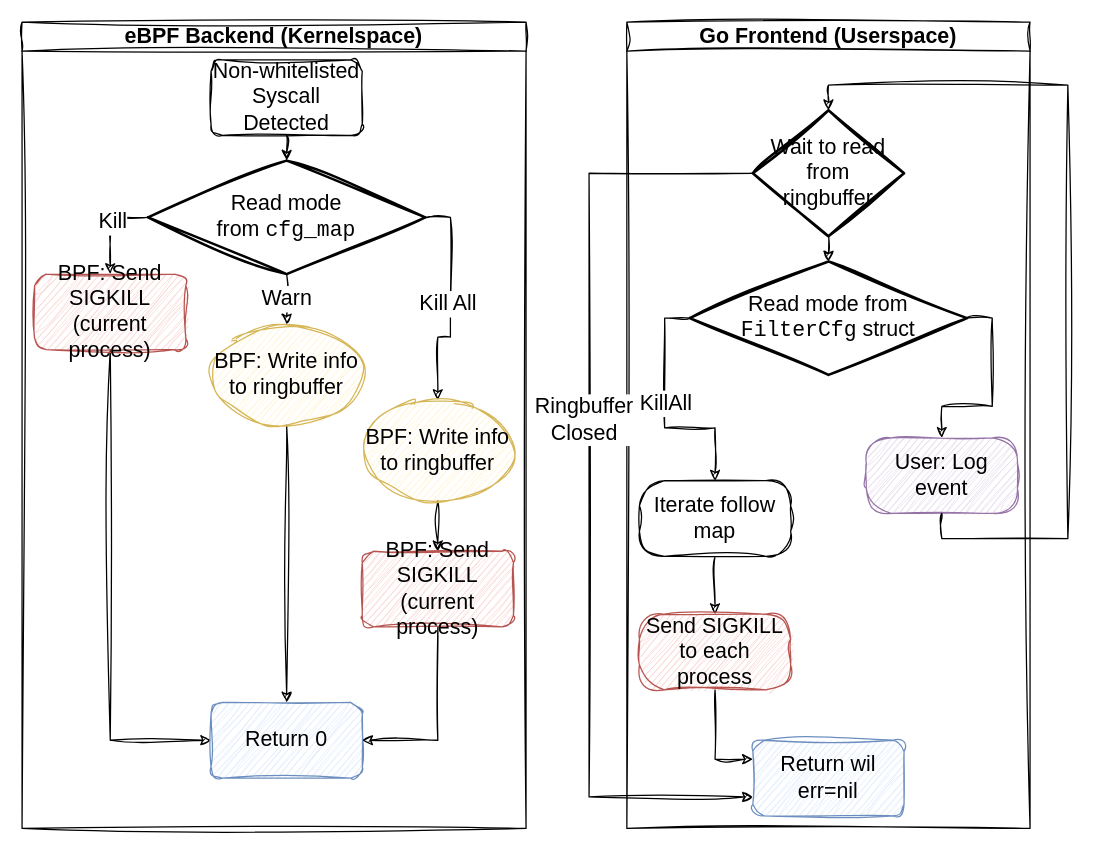
The draw.io diagram diagrams/profiling-flow.drawio in tcassar-diss/report, before the edit. Source tidied: cells renumbered, new cells numbered last; positions are measured from the earlier drawing's top-left corner, leaving out a move shared by most shapes. Both pictures are drawn from the tidied source at 126%, with x=0, y=0 at pixel (21, 21).
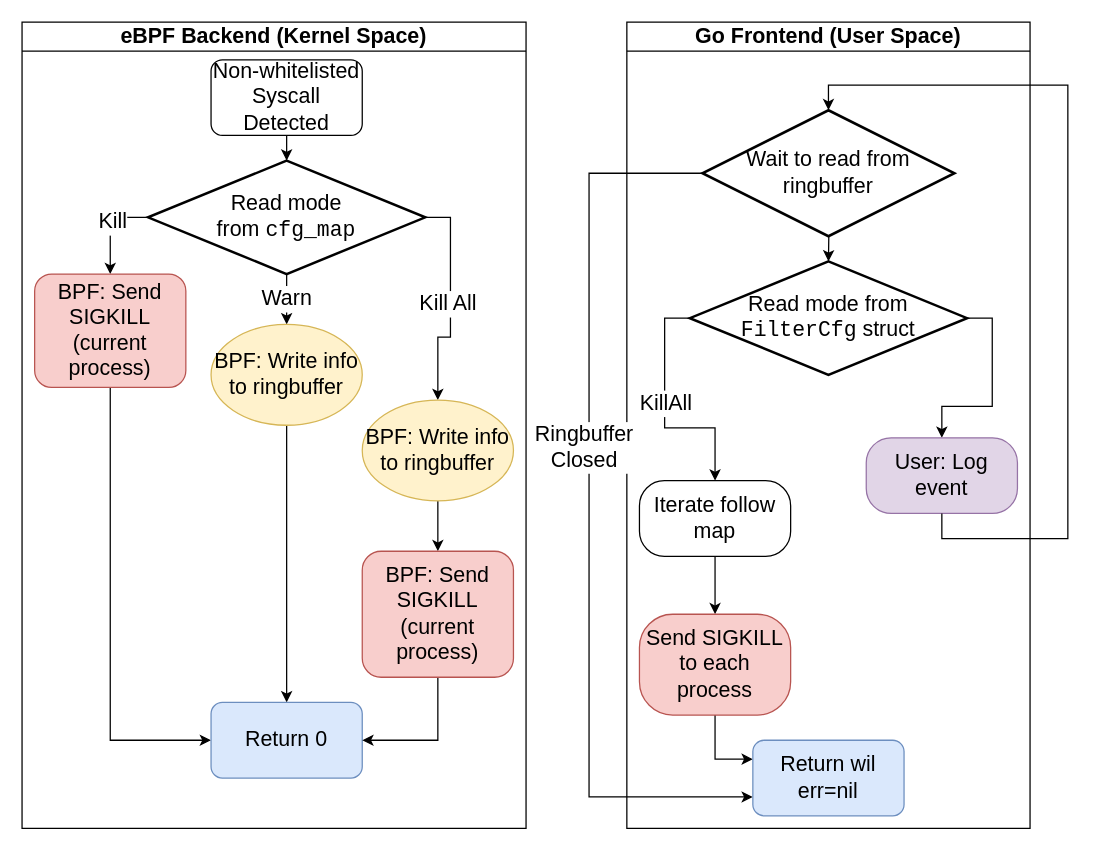
After the change.

Change to the diagram source:
```diff
@@
-    <mxCell id="2" value="eBPF Backend (Kernelspace)" style="swimlane;whiteSpace=wrap;html=1;sketch=1;curveFitting=1;jiggle=2;fontSize=17;" parent="1" vertex="1">
+    <mxCell id="2" value="eBPF Backend (Kernel Space)" style="swimlane;whiteSpace=wrap;html=1;fontSize=17;" parent="1" vertex="1">
       <mxGeometry width="400" height="640" as="geometry" />
     </mxCell>
-    <mxCell id="3" value="Non-whitelisted Syscall Detected" style="rounded=1;whiteSpace=wrap;html=1;sketch=1;curveFitting=1;jiggle=2;fontSize=17;" parent="2" vertex="1">
+    <mxCell id="3" value="Non-whitelisted Syscall Detected" style="rounded=1;whiteSpace=wrap;html=1;fontSize=17;" parent="2" vertex="1">
       <mxGeometry x="150" y="30" width="120" height="60" as="geometry" />
     </mxCell>
-    <mxCell id="4" style="edgeStyle=orthogonalEdgeStyle;rounded=0;jettySize=auto;html=1;exitX=0;exitY=0.5;exitDx=0;exitDy=0;exitPerimeter=0;entryX=0.5;entryY=0;entryDx=0;entryDy=0;sketch=1;curveFitting=1;jiggle=2;fontSize=17;" parent="2" edge="1" source="9" target="12">
+    <mxCell id="4" style="edgeStyle=orthogonalEdgeStyle;rounded=0;jettySize=auto;html=1;exitX=0;exitY=0.5;exitDx=0;exitDy=0;exitPerimeter=0;entryX=0.5;entryY=0;entryDx=0;entryDy=0;fontSize=17;" parent="2" edge="1" source="9" target="12">
       <mxGeometry relative="1" as="geometry" />
     </mxCell>
-    <mxCell id="5" value="Kill" style="edgeLabel;html=1;align=center;verticalAlign=middle;sketch=1;curveFitting=1;jiggle=2;fontSize=17;" parent="4" vertex="1">
+    <mxCell id="5" value="Kill" style="edgeLabel;html=1;align=center;verticalAlign=middle;fontSize=17;" parent="4" vertex="1">
       <mxGeometry x="-0.13" y="1" relative="1" as="geometry" />
     </mxCell>
-    <mxCell id="6" value="Warn" style="edgeStyle=orthogonalEdgeStyle;rounded=0;jettySize=auto;html=1;exitX=0.5;exitY=1;exitDx=0;exitDy=0;exitPerimeter=0;entryX=0.5;entryY=0;entryDx=0;entryDy=0;sketch=1;curveFitting=1;jiggle=2;fontSize=17;" parent="2" edge="1" source="9" target="14">
+    <mxCell id="6" value="Warn" style="edgeStyle=orthogonalEdgeStyle;rounded=0;jettySize=auto;html=1;exitX=0.5;exitY=1;exitDx=0;exitDy=0;exitPerimeter=0;entryX=0.5;entryY=0;entryDx=0;entryDy=0;fontSize=17;" parent="2" edge="1" source="9" target="14">
       <mxGeometry relative="1" as="geometry" />
     </mxCell>
-    <mxCell id="7" style="edgeStyle=orthogonalEdgeStyle;rounded=0;jettySize=auto;html=1;exitX=1;exitY=0.5;exitDx=0;exitDy=0;exitPerimeter=0;entryX=0.5;entryY=0;entryDx=0;entryDy=0;sketch=1;curveFitting=1;jiggle=2;fontSize=17;" parent="2" edge="1" source="9" target="16">
+    <mxCell id="7" style="edgeStyle=orthogonalEdgeStyle;rounded=0;jettySize=auto;html=1;exitX=1;exitY=0.5;exitDx=0;exitDy=0;exitPerimeter=0;entryX=0.5;entryY=0;entryDx=0;entryDy=0;fontSize=17;" parent="2" edge="1" source="9" target="16">
       <mxGeometry relative="1" as="geometry" />
     </mxCell>
-    <mxCell id="8" value="Kill All" style="edgeLabel;html=1;align=center;verticalAlign=middle;sketch=1;curveFitting=1;jiggle=2;fontSize=17;" parent="7" vertex="1">
+    <mxCell id="8" value="Kill All" style="edgeLabel;html=1;align=center;verticalAlign=middle;fontSize=17;" parent="7" vertex="1">
       <mxGeometry x="0.01" y="-3" relative="1" as="geometry" />
     </mxCell>
-    <mxCell id="9" value="Read mode&lt;div&gt;from &lt;font face=&quot;Courier New&quot;&gt;cfg_map&lt;/font&gt;&lt;/div&gt;" style="strokeWidth=2;html=1;shape=mxgraph.flowchart.decision;whiteSpace=wrap;sketch=1;curveFitting=1;jiggle=2;fontSize=17;" parent="2" vertex="1">
+    <mxCell id="9" value="Read mode&lt;div&gt;from &lt;font face=&quot;Courier New&quot;&gt;cfg_map&lt;/font&gt;&lt;/div&gt;" style="strokeWidth=2;html=1;shape=mxgraph.flowchart.decision;whiteSpace=wrap;fontSize=17;" parent="2" vertex="1">
       <mxGeometry x="100" y="110" width="220" height="90" as="geometry" />
     </mxCell>
-    <mxCell id="10" style="edgeStyle=orthogonalEdgeStyle;rounded=0;jettySize=auto;html=1;exitX=0.5;exitY=1;exitDx=0;exitDy=0;entryX=0.5;entryY=0;entryDx=0;entryDy=0;entryPerimeter=0;sketch=1;curveFitting=1;jiggle=2;fontSize=17;" parent="2" edge="1" source="3" target="9">
+    <mxCell id="10" style="edgeStyle=orthogonalEdgeStyle;rounded=0;jettySize=auto;html=1;exitX=0.5;exitY=1;exitDx=0;exitDy=0;entryX=0.5;entryY=0;entryDx=0;entryDy=0;entryPerimeter=0;fontSize=17;" parent="2" edge="1" source="3" target="9">
       <mxGeometry relative="1" as="geometry" />
     </mxCell>
-    <mxCell id="11" style="edgeStyle=orthogonalEdgeStyle;rounded=0;jettySize=auto;html=1;exitX=0.5;exitY=1;exitDx=0;exitDy=0;entryX=0;entryY=0.5;entryDx=0;entryDy=0;sketch=1;curveFitting=1;jiggle=2;fontSize=17;" parent="2" edge="1" source="12" target="17">
+    <mxCell id="11" style="edgeStyle=orthogonalEdgeStyle;rounded=0;jettySize=auto;html=1;exitX=0.5;exitY=1;exitDx=0;exitDy=0;entryX=0;entryY=0.5;entryDx=0;entryDy=0;fontSize=17;" parent="2" edge="1" source="12" target="17">
       <mxGeometry relative="1" as="geometry" />
     </mxCell>
-    <mxCell id="12" value="BPF: Send SIGKILL&lt;div&gt;(current process)&lt;/div&gt;" style="rounded=1;whiteSpace=wrap;html=1;sketch=1;curveFitting=1;jiggle=2;fillColor=#f8cecc;strokeColor=#b85450;fontSize=17;" parent="2" vertex="1">
-      <mxGeometry x="10" y="200" width="120" height="60" as="geometry" />
+    <mxCell id="12" value="BPF: Send SIGKILL&lt;div&gt;(current process)&lt;/div&gt;" style="rounded=1;whiteSpace=wrap;html=1;fillColor=#f8cecc;strokeColor=#b85450;fontSize=17;" parent="2" vertex="1">
+      <mxGeometry x="10" y="200" width="120" height="90" as="geometry" />
     </mxCell>
-    <mxCell id="13" style="edgeStyle=orthogonalEdgeStyle;rounded=0;jettySize=auto;html=1;entryX=0.5;entryY=0;entryDx=0;entryDy=0;sketch=1;curveFitting=1;jiggle=2;fontSize=17;" parent="2" edge="1" source="14" target="17">
+    <mxCell id="13" style="edgeStyle=orthogonalEdgeStyle;rounded=0;jettySize=auto;html=1;entryX=0.5;entryY=0;entryDx=0;entryDy=0;fontSize=17;" parent="2" edge="1" source="14" target="17">
       <mxGeometry relative="1" as="geometry" />
     </mxCell>
-    <mxCell id="14" value="BPF: Write info&lt;div&gt;to ringbuffer&lt;/div&gt;" style="ellipse;whiteSpace=wrap;html=1;sketch=1;curveFitting=1;jiggle=2;fillColor=#fff2cc;strokeColor=#d6b656;fontSize=17;" parent="2" vertex="1">
+    <mxCell id="14" value="BPF: Write info&lt;div&gt;to ringbuffer&lt;/div&gt;" style="ellipse;whiteSpace=wrap;html=1;fillColor=#fff2cc;strokeColor=#d6b656;fontSize=17;" parent="2" vertex="1">
       <mxGeometry x="150" y="240" width="120" height="80" as="geometry" />
     </mxCell>
-    <mxCell id="15" style="edgeStyle=orthogonalEdgeStyle;rounded=0;jettySize=auto;html=1;exitX=0.5;exitY=1;exitDx=0;exitDy=0;entryX=0.5;entryY=0;entryDx=0;entryDy=0;sketch=1;curveFitting=1;jiggle=2;fontSize=17;" parent="2" edge="1" source="16" target="19">
+    <mxCell id="15" style="edgeStyle=orthogonalEdgeStyle;rounded=0;jettySize=auto;html=1;exitX=0.5;exitY=1;exitDx=0;exitDy=0;entryX=0.5;entryY=0;entryDx=0;entryDy=0;fontSize=17;" parent="2" edge="1" source="16" target="19">
       <mxGeometry relative="1" as="geometry" />
     </mxCell>
-    <mxCell id="16" value="BPF: Write info&lt;div&gt;to ringbuffer&lt;/div&gt;" style="ellipse;whiteSpace=wrap;html=1;sketch=1;curveFitting=1;jiggle=2;fillColor=#fff2cc;strokeColor=#d6b656;fontSize=17;" parent="2" vertex="1">
+    <mxCell id="16" value="BPF: Write info&lt;div&gt;to ringbuffer&lt;/div&gt;" style="ellipse;whiteSpace=wrap;html=1;fillColor=#fff2cc;strokeColor=#d6b656;fontSize=17;" parent="2" vertex="1">
       <mxGeometry x="270" y="300" width="120" height="80" as="geometry" />
     </mxCell>
-    <mxCell id="17" value="Return 0" style="rounded=1;whiteSpace=wrap;html=1;sketch=1;curveFitting=1;jiggle=2;fillColor=#dae8fc;strokeColor=#6c8ebf;fontSize=17;" parent="2" vertex="1">
+    <mxCell id="17" value="Return 0" style="rounded=1;whiteSpace=wrap;html=1;fillColor=#dae8fc;strokeColor=#6c8ebf;fontSize=17;" parent="2" vertex="1">
       <mxGeometry x="150" y="540" width="120" height="60" as="geometry" />
     </mxCell>
-    <mxCell id="18" style="edgeStyle=orthogonalEdgeStyle;rounded=0;jettySize=auto;html=1;exitX=0.5;exitY=1;exitDx=0;exitDy=0;entryX=1;entryY=0.5;entryDx=0;entryDy=0;sketch=1;curveFitting=1;jiggle=2;fontSize=17;" parent="2" edge="1" source="19" target="17">
+    <mxCell id="18" style="edgeStyle=orthogonalEdgeStyle;rounded=0;jettySize=auto;html=1;exitX=0.5;exitY=1;exitDx=0;exitDy=0;entryX=1;entryY=0.5;entryDx=0;entryDy=0;fontSize=17;" parent="2" edge="1" source="19" target="17">
       <mxGeometry relative="1" as="geometry" />
     </mxCell>
-    <mxCell id="19" value="BPF: Send SIGKILL&lt;div&gt;(current process)&lt;/div&gt;" style="rounded=1;whiteSpace=wrap;html=1;sketch=1;curveFitting=1;jiggle=2;fillColor=#f8cecc;strokeColor=#b85450;fontSize=17;" parent="2" vertex="1">
-      <mxGeometry x="270" y="420" width="120" height="60" as="geometry" />
+    <mxCell id="19" value="BPF: Send SIGKILL&lt;div&gt;(current process)&lt;/div&gt;" style="rounded=1;whiteSpace=wrap;html=1;fillColor=#f8cecc;strokeColor=#b85450;fontSize=17;" parent="2" vertex="1">
+      <mxGeometry x="270" y="420" width="120" height="100" as="geometry" />
     </mxCell>
-    <mxCell id="20" value="Go Frontend (Userspace)" style="swimlane;whiteSpace=wrap;html=1;sketch=1;curveFitting=1;jiggle=2;fontSize=17;" parent="1" vertex="1">
+    <mxCell id="20" value="Go Frontend (User Space)" style="swimlane;whiteSpace=wrap;html=1;fontSize=17;" parent="1" vertex="1">
       <mxGeometry x="480" width="320" height="640" as="geometry" />
     </mxCell>
-    <mxCell id="21" style="edgeStyle=orthogonalEdgeStyle;rounded=0;jettySize=auto;html=1;exitX=0;exitY=0.5;exitDx=0;exitDy=0;exitPerimeter=0;entryX=0.5;entryY=0;entryDx=0;entryDy=0;sketch=1;curveFitting=1;jiggle=2;fontSize=17;" parent="20" edge="1" source="24" target="27">
+    <mxCell id="21" style="edgeStyle=orthogonalEdgeStyle;rounded=0;jettySize=auto;html=1;exitX=0;exitY=0.5;exitDx=0;exitDy=0;exitPerimeter=0;entryX=0.5;entryY=0;entryDx=0;entryDy=0;fontSize=17;" parent="20" edge="1" source="24" target="27">
       <mxGeometry relative="1" as="geometry" />
     </mxCell>
-    <mxCell id="22" value="KillAll" style="edgeLabel;html=1;align=center;verticalAlign=middle;sketch=1;curveFitting=1;jiggle=2;fontSize=17;" parent="21" vertex="1">
+    <mxCell id="22" value="KillAll" style="edgeLabel;html=1;align=center;verticalAlign=middle;fontSize=17;" parent="21" vertex="1">
       <mxGeometry x="-0.09" relative="1" as="geometry">
         <mxPoint y="1" as="offset" />
       </mxGeometry>
     </mxCell>
-    <mxCell id="23" style="edgeStyle=orthogonalEdgeStyle;rounded=0;jettySize=auto;html=1;exitX=1;exitY=0.5;exitDx=0;exitDy=0;exitPerimeter=0;entryX=0.5;entryY=0;entryDx=0;entryDy=0;sketch=1;curveFitting=1;jiggle=2;fontSize=17;" parent="20" edge="1" source="24" target="28">
+    <mxCell id="23" style="edgeStyle=orthogonalEdgeStyle;rounded=0;jettySize=auto;html=1;exitX=1;exitY=0.5;exitDx=0;exitDy=0;exitPerimeter=0;entryX=0.5;entryY=0;entryDx=0;entryDy=0;fontSize=17;" parent="20" edge="1" source="24" target="28">
       <mxGeometry relative="1" as="geometry" />
     </mxCell>
-    <mxCell id="24" value="Read mode from&lt;div&gt;&lt;font face=&quot;Courier New&quot;&gt;FilterCfg&lt;/font&gt; struct&lt;/div&gt;" style="strokeWidth=2;html=1;shape=mxgraph.flowchart.decision;whiteSpace=wrap;sketch=1;curveFitting=1;jiggle=2;fontSize=17;" parent="20" vertex="1">
+    <mxCell id="24" value="Read mode from&lt;div&gt;&lt;font face=&quot;Courier New&quot;&gt;FilterCfg&lt;/font&gt; struct&lt;/div&gt;" style="strokeWidth=2;html=1;shape=mxgraph.flowchart.decision;whiteSpace=wrap;fontSize=17;" parent="20" vertex="1">
       <mxGeometry x="50" y="190" width="220" height="90" as="geometry" />
     </mxCell>
-    <mxCell id="25" style="edgeStyle=orthogonalEdgeStyle;rounded=0;jettySize=auto;html=1;exitX=0.5;exitY=1;exitDx=0;exitDy=0;entryX=0.5;entryY=0;entryDx=0;entryDy=0;entryPerimeter=0;sketch=1;curveFitting=1;jiggle=2;fontSize=17;" parent="20" edge="1" target="24">
+    <mxCell id="25" style="edgeStyle=orthogonalEdgeStyle;rounded=0;jettySize=auto;html=1;exitX=0.5;exitY=1;exitDx=0;exitDy=0;entryX=0.5;entryY=0;entryDx=0;entryDy=0;entryPerimeter=0;fontSize=17;" parent="20" edge="1" target="24">
       <mxGeometry relative="1" as="geometry">
         <mxPoint x="160" y="120" as="sourcePoint" />
       </mxGeometry>
     </mxCell>
-    <mxCell id="26" style="edgeStyle=orthogonalEdgeStyle;rounded=0;jettySize=auto;html=1;exitX=0.5;exitY=1;exitDx=0;exitDy=0;sketch=1;curveFitting=1;jiggle=2;entryX=0.5;entryY=0;entryDx=0;entryDy=0;fontSize=17;" parent="20" edge="1" source="27" target="30">
+    <mxCell id="26" style="edgeStyle=orthogonalEdgeStyle;rounded=0;jettySize=auto;html=1;exitX=0.5;exitY=1;exitDx=0;exitDy=0;entryX=0.5;entryY=0;entryDx=0;entryDy=0;fontSize=17;" parent="20" edge="1" source="27" target="30">
       <mxGeometry relative="1" as="geometry" />
     </mxCell>
-    <mxCell id="27" value="Iterate follow map" style="rounded=1;whiteSpace=wrap;html=1;arcSize=33;sketch=1;curveFitting=1;jiggle=2;fontSize=17;" parent="20" vertex="1">
+    <mxCell id="27" value="Iterate follow map" style="rounded=1;whiteSpace=wrap;html=1;arcSize=33;fontSize=17;" parent="20" vertex="1">
       <mxGeometry x="10" y="364" width="120" height="60" as="geometry" />
     </mxCell>
-    <mxCell id="28" value="User: Log event" style="rounded=1;whiteSpace=wrap;html=1;arcSize=33;sketch=1;curveFitting=1;jiggle=2;fillColor=#e1d5e7;strokeColor=#9673a6;fontSize=17;" parent="20" vertex="1">
+    <mxCell id="28" value="User: Log event" style="rounded=1;whiteSpace=wrap;html=1;arcSize=33;fillColor=#e1d5e7;strokeColor=#9673a6;fontSize=17;" parent="20" vertex="1">
       <mxGeometry x="190" y="330" width="120" height="60" as="geometry" />
     </mxCell>
-    <mxCell id="29" style="edgeStyle=orthogonalEdgeStyle;rounded=0;sketch=1;hachureGap=4;jiggle=2;curveFitting=1;jettySize=auto;html=1;exitX=0.5;exitY=1;exitDx=0;exitDy=0;entryX=0;entryY=0.25;entryDx=0;entryDy=0;fontFamily=Architects Daughter;fontSize=17;" parent="20" edge="1" source="30" target="34">
+    <mxCell id="29" style="edgeStyle=orthogonalEdgeStyle;rounded=0;hachureGap=4;jettySize=auto;html=1;exitX=0.5;exitY=1;exitDx=0;exitDy=0;entryX=0;entryY=0.25;entryDx=0;entryDy=0;fontFamily=Architects Daughter;fontSize=17;" parent="20" edge="1" source="30" target="34">
       <mxGeometry relative="1" as="geometry" />
     </mxCell>
-    <mxCell id="30" value="Send SIGKILL to each process" style="rounded=1;whiteSpace=wrap;html=1;arcSize=33;sketch=1;curveFitting=1;jiggle=2;fillColor=#f8cecc;strokeColor=#b85450;fontSize=17;" parent="20" vertex="1">
-      <mxGeometry x="10" y="470" width="120" height="60" as="geometry" />
+    <mxCell id="30" value="Send SIGKILL to each process" style="rounded=1;whiteSpace=wrap;html=1;arcSize=33;fillColor=#f8cecc;strokeColor=#b85450;fontSize=17;" parent="20" vertex="1">
+      <mxGeometry x="10" y="470" width="120" height="80" as="geometry" />
     </mxCell>
-    <mxCell id="31" style="edgeStyle=orthogonalEdgeStyle;rounded=0;sketch=1;hachureGap=4;jiggle=2;curveFitting=1;jettySize=auto;html=1;exitX=0;exitY=0.5;exitDx=0;exitDy=0;exitPerimeter=0;fontFamily=Architects Daughter;entryX=0;entryY=0.75;entryDx=0;entryDy=0;fontSize=17;" parent="20" edge="1" source="33" target="34">
+    <mxCell id="31" style="edgeStyle=orthogonalEdgeStyle;rounded=0;hachureGap=4;jettySize=auto;html=1;exitX=0;exitY=0.5;exitDx=0;exitDy=0;exitPerimeter=0;fontFamily=Architects Daughter;entryX=0;entryY=0.75;entryDx=0;entryDy=0;fontSize=17;" parent="20" edge="1" source="33" target="34">
       <mxGeometry relative="1" as="geometry">
         <Array as="points">
           <mxPoint x="-30" y="120" />
           <mxPoint x="-30" y="615" />
         </Array>
       </mxGeometry>
     </mxCell>
-    <mxCell id="32" value="Ringbuffer&lt;div&gt;Closed&lt;/div&gt;" style="edgeLabel;html=1;align=center;verticalAlign=middle;sketch=1;hachureGap=4;jiggle=2;curveFitting=1;fontFamily=Helvetica;fontSize=17;" parent="31" vertex="1">
+    <mxCell id="32" value="Ringbuffer&lt;div&gt;Closed&lt;/div&gt;" style="edgeLabel;html=1;align=center;verticalAlign=middle;hachureGap=4;fontFamily=Helvetica;fontSize=17;" parent="31" vertex="1">
       <mxGeometry x="-0.14" y="4" relative="1" as="geometry">
         <mxPoint x="-9" as="offset" />
       </mxGeometry>
     </mxCell>
-    <mxCell id="33" value="Wait to read from&lt;div&gt;ringbuffer&lt;/div&gt;" style="strokeWidth=2;html=1;shape=mxgraph.flowchart.decision;whiteSpace=wrap;sketch=1;curveFitting=1;jiggle=2;fontSize=17;" parent="20" vertex="1">
-      <mxGeometry x="100" y="70" width="120" height="100" as="geometry" />
+    <mxCell id="33" value="Wait to read from&lt;div&gt;ringbuffer&lt;/div&gt;" style="strokeWidth=2;html=1;shape=mxgraph.flowchart.decision;whiteSpace=wrap;fontSize=17;" parent="20" vertex="1">
+      <mxGeometry x="60" y="70" width="200" height="100" as="geometry" />
     </mxCell>
-    <mxCell id="34" value="Return wil err=nil" style="rounded=1;whiteSpace=wrap;html=1;sketch=1;curveFitting=1;jiggle=2;fillColor=#dae8fc;strokeColor=#6c8ebf;fontSize=17;" parent="20" vertex="1">
+    <mxCell id="34" value="Return wil err=nil" style="rounded=1;whiteSpace=wrap;html=1;fillColor=#dae8fc;strokeColor=#6c8ebf;fontSize=17;" parent="20" vertex="1">
       <mxGeometry x="100" y="570" width="120" height="60" as="geometry" />
     </mxCell>
-    <mxCell id="35" style="edgeStyle=orthogonalEdgeStyle;rounded=0;sketch=1;hachureGap=4;jiggle=2;curveFitting=1;jettySize=auto;html=1;exitX=0.5;exitY=1;exitDx=0;exitDy=0;entryX=0.5;entryY=0;entryDx=0;entryDy=0;entryPerimeter=0;fontFamily=Architects Daughter;fontSize=17;" parent="20" edge="1" source="28" target="33">
+    <mxCell id="35" style="edgeStyle=orthogonalEdgeStyle;rounded=0;hachureGap=4;jettySize=auto;html=1;exitX=0.5;exitY=1;exitDx=0;exitDy=0;entryX=0.5;entryY=0;entryDx=0;entryDy=0;entryPerimeter=0;fontFamily=Architects Daughter;fontSize=17;" parent="20" edge="1" source="28" target="33">
       <mxGeometry relative="1" as="geometry">
         <Array as="points">
           <mxPoint x="250" y="410" />
           <mxPoint x="350" y="410" />
           <mxPoint x="350" y="50" />
           <mxPoint x="160" y="50" />
         </Array>
       </mxGeometry>
     </mxCell>
```
